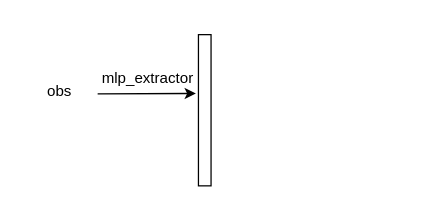
Earlier version of the draw.io diagram ppo.drawio (Reynoll/Repository). Source tidied: cells renumbered, new cells numbered last; positions are measured from the earlier drawing's top-left corner, leaving out a move shared by most shapes. Both pictures are drawn from the tidied source at 126%, with x=0, y=0 at pixel (21, 34).
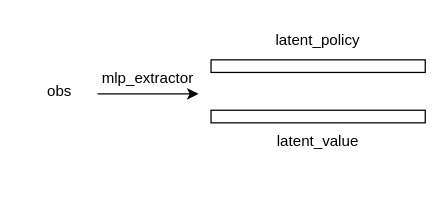
The same diagram, later.

Change to the diagram source:
```diff
@@
 <mxGraphModel>
   <root>
     <mxCell id="0" />
     <mxCell id="1" parent="0" />
     <mxCell id="2" style="rounded=0;whiteSpace=wrap;html=1;" parent="1" vertex="1">
-      <mxGeometry x="140" width="10" height="120" as="geometry" />
+      <mxGeometry x="150" y="20" width="170" height="10" as="geometry" />
     </mxCell>
     <mxCell id="3" value="obs" style="text;strokeColor=none;align=center;fillColor=none;html=1;verticalAlign=middle;whiteSpace=wrap;rounded=0;" parent="1" vertex="1">
       <mxGeometry y="30" width="60" height="30" as="geometry" />
     </mxCell>
-    <mxCell id="4" style="endArrow=classic;html=1;rounded=0;entryX=-0.2;entryY=0.389;entryDx=0;entryDy=0;entryPerimeter=0;" parent="1" edge="1" target="2">
+    <mxCell id="4" style="endArrow=classic;html=1;rounded=0;" parent="1" edge="1">
       <mxGeometry relative="1" as="geometry">
         <mxPoint x="60" y="47" as="sourcePoint" />
+        <mxPoint x="140" y="47" as="targetPoint" />
       </mxGeometry>
     </mxCell>
     <mxCell id="5" value="mlp_extractor" style="text;strokeColor=none;align=center;fillColor=none;html=1;verticalAlign=middle;whiteSpace=wrap;rounded=0;" parent="1" vertex="1">
       <mxGeometry x="70" y="20" width="60" height="30" as="geometry" />
     </mxCell>
+    <mxCell id="6" style="rounded=0;whiteSpace=wrap;html=1;" parent="1" vertex="1">
+      <mxGeometry x="150" y="60" width="170" height="10" as="geometry" />
+    </mxCell>
+    <mxCell id="7" value="latent_policy" style="text;strokeColor=none;align=center;fillColor=none;html=1;verticalAlign=middle;whiteSpace=wrap;rounded=0;" parent="1" vertex="1">
+      <mxGeometry x="205" y="-10" width="60" height="30" as="geometry" />
+    </mxCell>
+    <mxCell id="8" value="latent_value" style="text;strokeColor=none;align=center;fillColor=none;html=1;verticalAlign=middle;whiteSpace=wrap;rounded=0;" parent="1" vertex="1">
+      <mxGeometry x="205" y="70" width="60" height="30" as="geometry" />
+    </mxCell>
   </root>
 </mxGraphModel>
```
